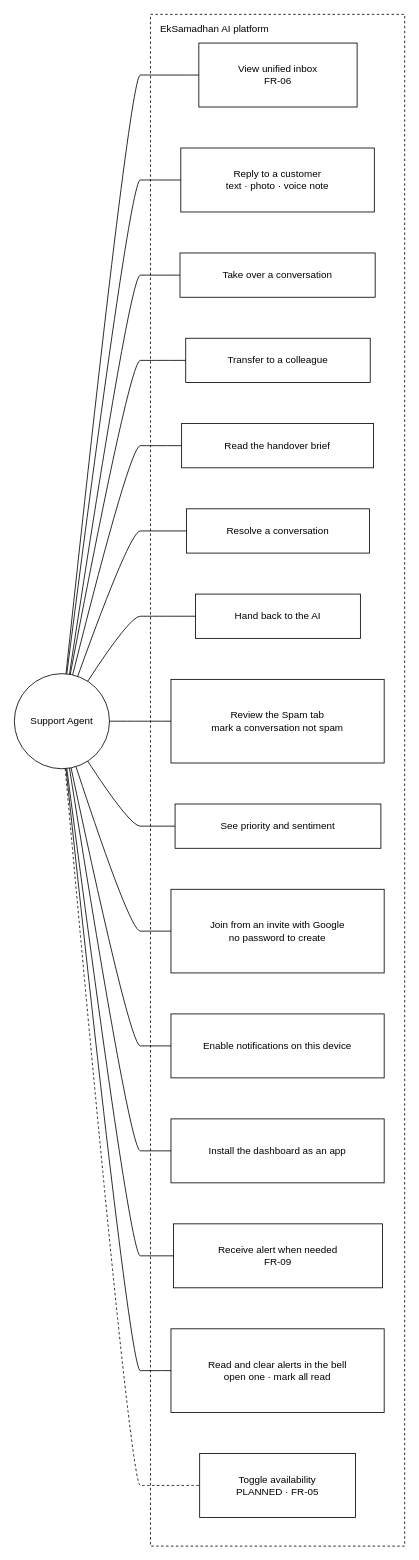
This is docs/system-design/draw.io/use-case/use-case-support-agent.drawio from SayubShakya/eksamadhan-ai, a draw.io file, before an edit. Source tidied: cells renumbered, new cells numbered last; positions are measured from the earlier drawing's top-left corner, leaving out a move shared by most shapes. Both pictures are drawn from the tidied source at 82%, with x=0, y=0 at pixel (14, 14).
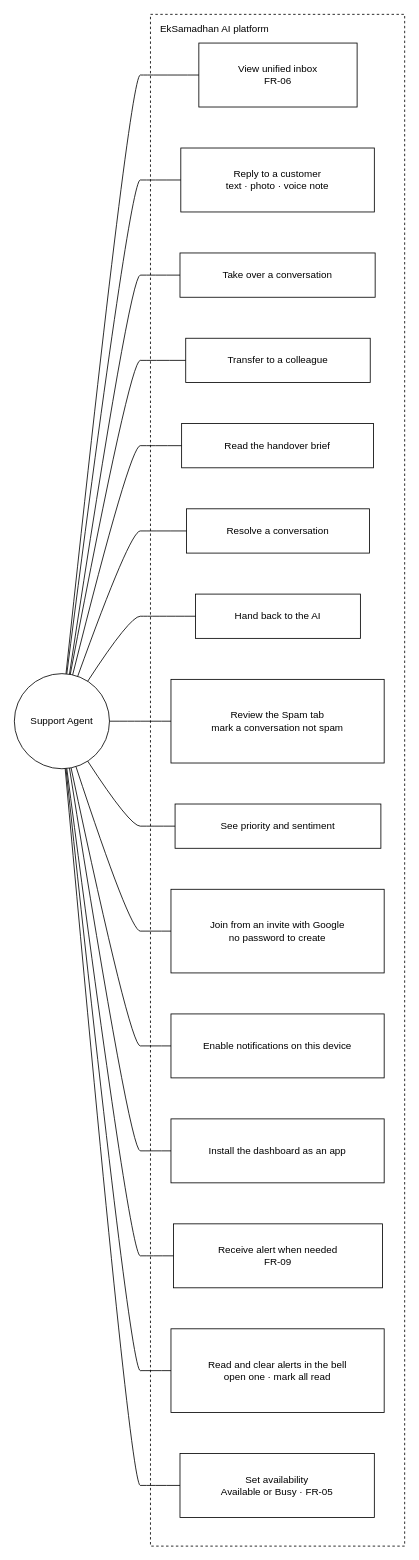
The same page after the edit.

The change refers to these unchanged cells:
```xml
<mxCell id="2" value="EkSamadhan AI platform" style="rounded=0;whiteSpace=wrap;html=1;dashed=1;fillColor=none;verticalAlign=top;align=left;spacingLeft=10;spacingTop=4;" parent="1" vertex="1">
  <mxGeometry x="166" width="310" height="1868" as="geometry" />
</mxCell>
<mxCell id="3" value="Support Agent" style="ellipse;whiteSpace=wrap;html=1;" parent="1" vertex="1">
  <mxGeometry y="804" width="116" height="116" as="geometry" />
</mxCell>
```

Change to the diagram source:
```diff
@@
-    <mxCell id="18" value="Toggle availability&lt;br/&gt;PLANNED · FR-05" style="rounded=0;whiteSpace=wrap;html=1;" parent="2" vertex="1">
-      <mxGeometry x="60" y="1755" width="190" height="78" as="geometry" />
+    <mxCell id="18" value="Set availability&lt;br/&gt;Available or Busy · FR-05" style="rounded=0;whiteSpace=wrap;html=1;" parent="2" vertex="1">
+      <mxGeometry x="36" y="1755" width="237" height="78" as="geometry" />
     </mxCell>
@@
-    <mxCell id="33" style="edgeStyle=none;curved=1;html=1;dashed=1;endArrow=none;exitX=0.54;exitY=1.00;exitDx=0;exitDy=0;entryX=0.00;entryY=0.50;entryDx=0;entryDy=0;" parent="1" edge="1" source="3" target="18">
+    <mxCell id="33" style="edgeStyle=none;curved=1;html=1;endArrow=none;exitX=0.54;exitY=1.00;exitDx=0;exitDy=0;entryX=0.00;entryY=0.50;entryDx=0;entryDy=0;" parent="1" edge="1" source="3" target="18">
       <mxGeometry relative="1" as="geometry">
         <Array as="points">
           <mxPoint x="141" y="1794" />
           <mxPoint x="166" y="1794" />
         </Array>
       </mxGeometry>
     </mxCell>
```
